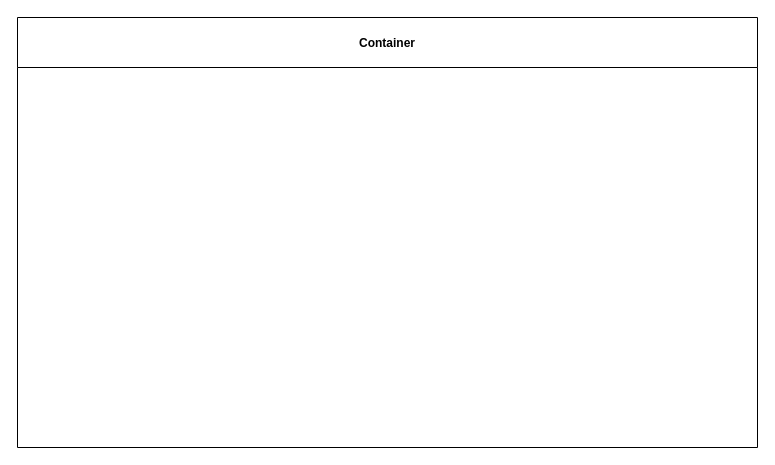
Before: design/storyboard.drawio in MTHS-ICD2O-1-2023/ICD2O-Assignment-06-tymofii-stepanov, a draw.io diagram. Source tidied: cells renumbered, new cells numbered last; positions are measured from the earlier drawing's top-left corner, leaving out a move shared by most shapes. Both pictures are drawn from the tidied source at 100%, with x=0, y=0 at pixel (17, 17).
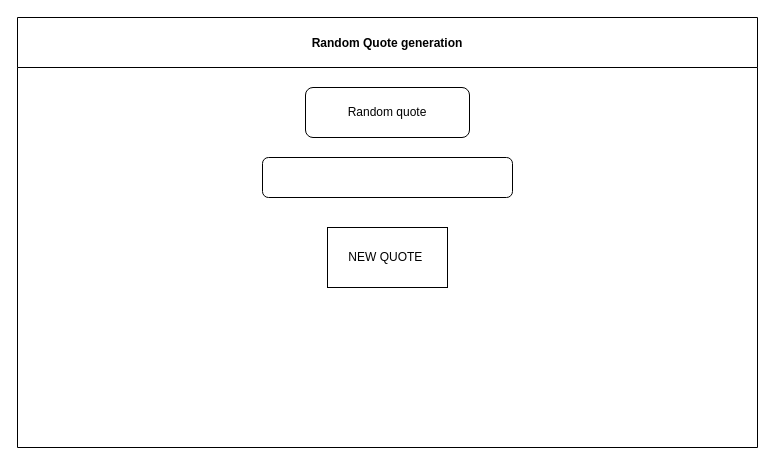
The same page after the edit.

Change to the diagram source:
```diff
@@
 <mxGraphModel>
   <root>
     <mxCell id="0" />
     <mxCell id="1" parent="0" />
-    <mxCell id="2" value="Container" style="swimlane;startSize=50;" parent="1" vertex="1">
+    <mxCell id="2" value="Random Quote generation" style="swimlane;startSize=50;" parent="1" vertex="1">
       <mxGeometry width="740" height="430" as="geometry" />
     </mxCell>
+    <mxCell id="3" value="Random quote" style="rounded=1;whiteSpace=wrap;html=1;" parent="2" vertex="1">
+      <mxGeometry x="288" y="70" width="164" height="50" as="geometry" />
+    </mxCell>
+    <mxCell id="4" style="rounded=1;whiteSpace=wrap;html=1;" parent="2" vertex="1">
+      <mxGeometry x="245" y="140" width="250" height="40" as="geometry" />
+    </mxCell>
+    <mxCell id="5" value="NEW QUOTE&amp;nbsp;" style="rounded=0;whiteSpace=wrap;html=1;" parent="2" vertex="1">
+      <mxGeometry x="310" y="210" width="120" height="60" as="geometry" />
+    </mxCell>
   </root>
 </mxGraphModel>
```
